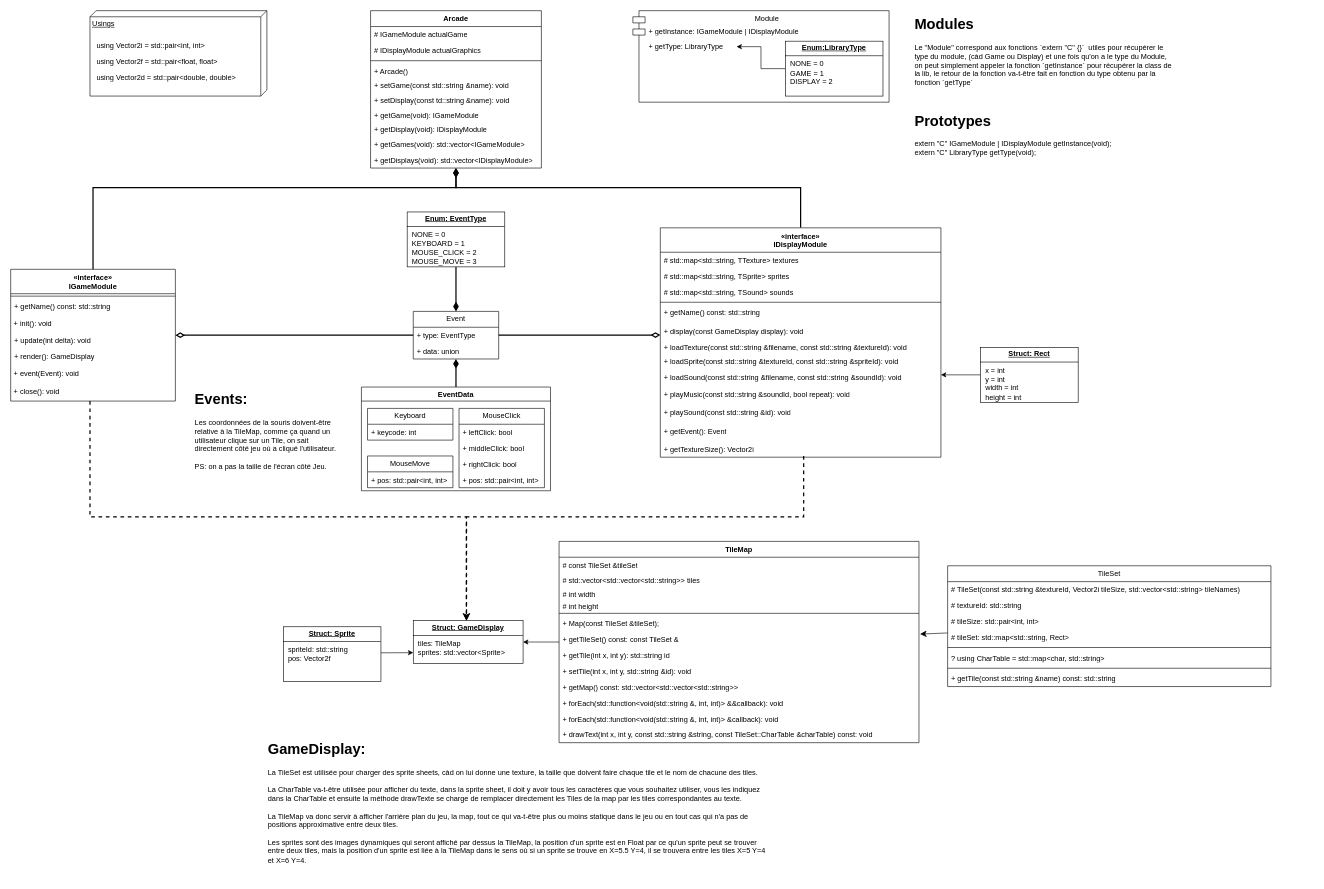
Earlier version of the draw.io diagram Untitled Diagram.drawio (emaurel/UML). Source tidied: cells renumbered, new cells numbered last; positions are measured from the earlier drawing's top-left corner, leaving out a move shared by most shapes. Both pictures are drawn from the tidied source at 61%, with x=0, y=0 at pixel (10, 10).
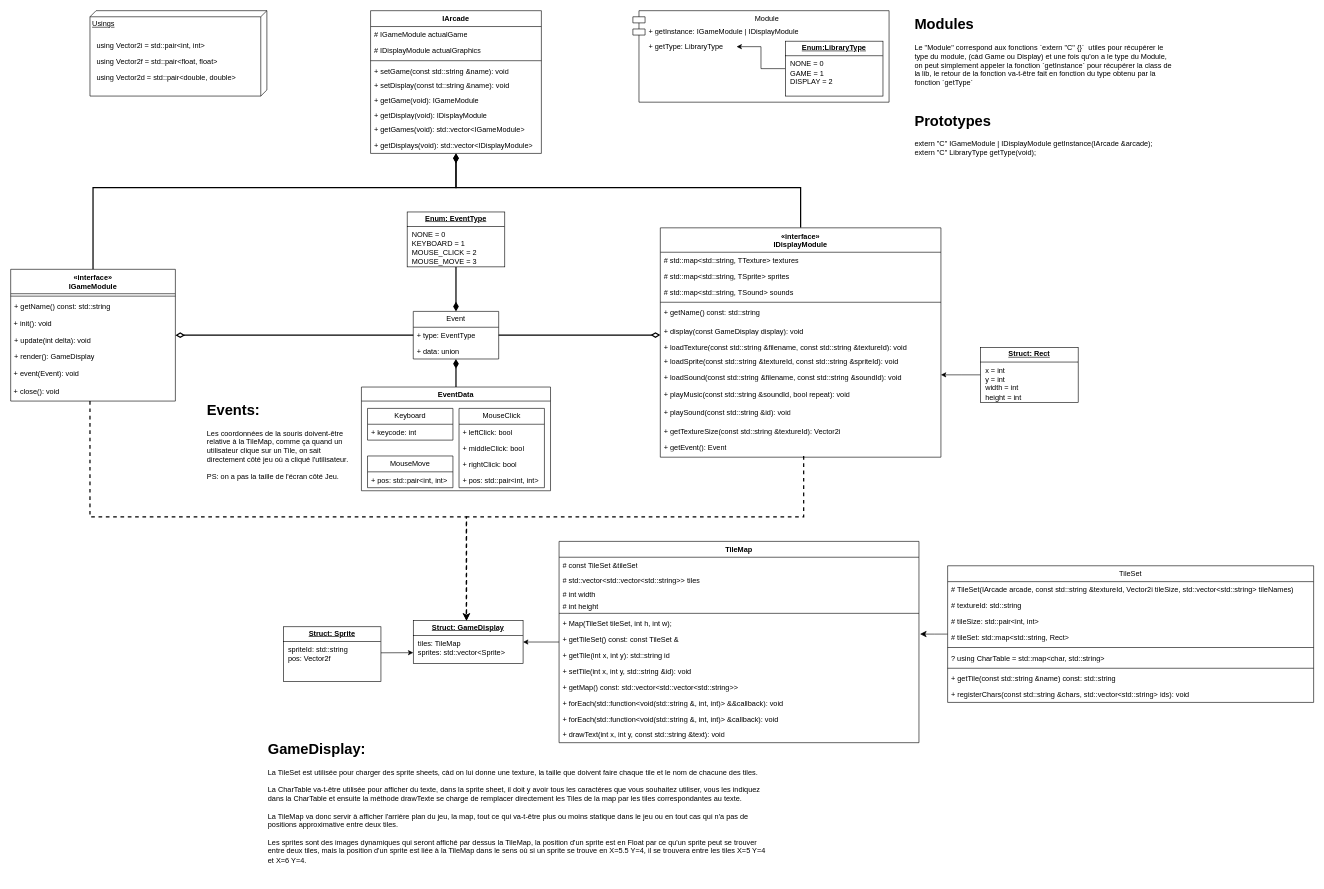
After the change.

Commit message:
Mettre à jour Untitled Diagram.drawio

The change refers to these unchanged cells:
```xml
<mxCell id="12" value="«interface»&lt;br style=&quot;border-color: var(--border-color); font-weight: 400;&quot;&gt;IDisplayModule" style="swimlane;fontStyle=1;align=center;verticalAlign=top;horizontal=1;startSize=40;whiteSpace=wrap;html=1;" parent="1" vertex="1">
  <mxGeometry x="1065" y="356" width="460" height="376" as="geometry" />
</mxCell>
<mxCell id="27" value="TileMap" style="swimlane;fontStyle=1;align=center;verticalAlign=top;horizontal=1;startSize=26;whiteSpace=wrap;html=1;" parent="1" vertex="1">
  <mxGeometry x="899" y="870" width="590" height="330" as="geometry" />
</mxCell>
```

Change to the diagram source:
```diff
@@
+    <mxCell id="25" value="+ getTextureSize(const std::string &amp;amp;textureId): Vector2i" style="text;strokeColor=none;fillColor=none;align=left;verticalAlign=top;spacingLeft=4;spacingRight=4;overflow=hidden;whiteSpace=wrap;html=1;" parent="12" vertex="1">
+      <mxGeometry y="320" width="460" height="26" as="geometry" />
+    </mxCell>
     <mxCell id="24" value="+ getEvent():&amp;nbsp;&lt;span style=&quot;border-color: var(--border-color); text-align: center;&quot;&gt;Event&lt;/span&gt;" style="text;strokeColor=none;fillColor=none;align=left;verticalAlign=top;spacingLeft=4;spacingRight=4;overflow=hidden;whiteSpace=wrap;html=1;" parent="12" vertex="1">
-      <mxGeometry y="320" width="460" height="30" as="geometry" />
+      <mxGeometry y="346" width="460" height="30" as="geometry" />
     </mxCell>
-    <mxCell id="25" value="+ getTextureSize(): Vector2i" style="text;strokeColor=none;fillColor=none;align=left;verticalAlign=top;spacingLeft=4;spacingRight=4;overflow=hidden;whiteSpace=wrap;html=1;" parent="12" vertex="1">
-      <mxGeometry y="350" width="460" height="26" as="geometry" />
-    </mxCell>
@@
-    <mxCell id="33" value="+ Map(const TileSet &amp;amp;tileSet);" style="text;strokeColor=none;fillColor=none;align=left;verticalAlign=top;spacingLeft=4;spacingRight=4;overflow=hidden;points=[[0,0.5],[1,0.5]];portConstraint=eastwest;whiteSpace=wrap;html=1;" parent="27" vertex="1">
+    <mxCell id="33" value="+ Map(TileSet tileSet, int h, int w);" style="text;strokeColor=none;fillColor=none;align=left;verticalAlign=top;spacingLeft=4;spacingRight=4;overflow=hidden;points=[[0,0.5],[1,0.5]];portConstraint=eastwest;whiteSpace=wrap;html=1;" parent="27" vertex="1">
       <mxGeometry y="122" width="590" height="26" as="geometry" />
     </mxCell>
@@
-    <mxCell id="40" value="+ drawText(int x, int y, const std::string &amp;amp;string, const TileSet::CharTable &amp;amp;charTable) const: void" style="text;strokeColor=none;fillColor=none;align=left;verticalAlign=top;spacingLeft=4;spacingRight=4;overflow=hidden;whiteSpace=wrap;html=1;" parent="27" vertex="1">
+    <mxCell id="40" value="+ drawText(int x, int y, const std::string &amp;amp;text): void" style="text;strokeColor=none;fillColor=none;align=left;verticalAlign=top;spacingLeft=4;spacingRight=4;overflow=hidden;whiteSpace=wrap;html=1;" parent="27" vertex="1">
       <mxGeometry y="304" width="590" height="26" as="geometry" />
     </mxCell>
-    <mxCell id="41" value="Arcade" style="swimlane;fontStyle=1;align=center;verticalAlign=top;horizontal=1;startSize=26;whiteSpace=wrap;html=1;" parent="1" vertex="1">
-      <mxGeometry x="590" width="280" height="258" as="geometry" />
+    <mxCell id="41" value="IArcade" style="swimlane;fontStyle=1;align=center;verticalAlign=top;horizontal=1;startSize=26;whiteSpace=wrap;html=1;" parent="1" vertex="1">
+      <mxGeometry x="590" width="280" height="234" as="geometry" />
     </mxCell>
@@
-    <mxCell id="45" value="+ Arcade()" style="text;strokeColor=none;fillColor=none;align=left;verticalAlign=top;spacingLeft=4;spacingRight=4;overflow=hidden;whiteSpace=wrap;html=1;" parent="41" vertex="1">
-      <mxGeometry y="86" width="280" height="24" as="geometry" />
-    </mxCell>
     <mxCell id="46" value="+ setGame(const std::string &amp;amp;name): void" style="text;strokeColor=none;fillColor=none;align=left;verticalAlign=top;spacingLeft=4;spacingRight=4;overflow=hidden;whiteSpace=wrap;html=1;" parent="41" vertex="1">
-      <mxGeometry y="110" width="280" height="24" as="geometry" />
+      <mxGeometry y="86" width="280" height="24" as="geometry" />
     </mxCell>
     <mxCell id="47" value="+ setDisplay(const td::string &amp;amp;name): void" style="text;strokeColor=none;fillColor=none;align=left;verticalAlign=top;spacingLeft=4;spacingRight=4;overflow=hidden;whiteSpace=wrap;html=1;" parent="41" vertex="1">
-      <mxGeometry y="134" width="280" height="24" as="geometry" />
+      <mxGeometry y="110" width="280" height="24" as="geometry" />
     </mxCell>
     <mxCell id="48" value="+ getGame(void): IGameModule" style="text;strokeColor=none;fillColor=none;align=left;verticalAlign=top;spacingLeft=4;spacingRight=4;overflow=hidden;whiteSpace=wrap;html=1;" parent="41" vertex="1">
-      <mxGeometry y="158" width="280" height="24" as="geometry" />
+      <mxGeometry y="134" width="280" height="24" as="geometry" />
     </mxCell>
     <mxCell id="49" value="+ getDisplay(void): IDisplayModule" style="text;strokeColor=none;fillColor=none;align=left;verticalAlign=top;spacingLeft=4;spacingRight=4;overflow=hidden;whiteSpace=wrap;html=1;" parent="41" vertex="1">
-      <mxGeometry y="182" width="280" height="24" as="geometry" />
+      <mxGeometry y="158" width="280" height="24" as="geometry" />
     </mxCell>
     <mxCell id="50" value="+ getGames(void): std::vector&amp;lt;IGameModule&amp;gt;" style="text;strokeColor=none;fillColor=none;align=left;verticalAlign=top;spacingLeft=4;spacingRight=4;overflow=hidden;whiteSpace=wrap;html=1;" parent="41" vertex="1">
-      <mxGeometry y="206" width="280" height="26" as="geometry" />
+      <mxGeometry y="182" width="280" height="26" as="geometry" />
     </mxCell>
     <mxCell id="51" value="+ getDisplays(void): std::vector&amp;lt;IDisplayModule&amp;gt;" style="text;strokeColor=none;fillColor=none;align=left;verticalAlign=top;spacingLeft=4;spacingRight=4;overflow=hidden;whiteSpace=wrap;html=1;" parent="41" vertex="1">
-      <mxGeometry y="232" width="280" height="26" as="geometry" />
+      <mxGeometry y="208" width="280" height="26" as="geometry" />
     </mxCell>
@@
     <mxCell id="71" value="TileSet" style="swimlane;fontStyle=0;horizontal=1;startSize=26;fillColor=none;whiteSpace=wrap;html=1;" parent="1" vertex="1">
-      <mxGeometry x="1536" y="910" width="530" height="198" as="geometry" />
+      <mxGeometry x="1536" y="910" width="600" height="224" as="geometry" />
     </mxCell>
-    <mxCell id="72" value="# TileSet(const std::string &amp;amp;textureId, Vector2i tileSize, std::vector&amp;lt;std::string&amp;gt; tileNames)" style="text;strokeColor=none;fillColor=none;align=left;verticalAlign=top;spacingLeft=4;spacingRight=4;overflow=hidden;whiteSpace=wrap;html=1;" parent="71" vertex="1">
-      <mxGeometry y="26" width="530" height="26" as="geometry" />
+    <mxCell id="72" value="# TileSet(IArcade arcade, const std::string &amp;amp;textureId, Vector2i tileSize, std::vector&amp;lt;std::string&amp;gt; tileNames)" style="text;strokeColor=none;fillColor=none;align=left;verticalAlign=top;spacingLeft=4;spacingRight=4;overflow=hidden;whiteSpace=wrap;html=1;" parent="71" vertex="1">
+      <mxGeometry y="26" width="600" height="26" as="geometry" />
     </mxCell>
     <mxCell id="73" value="# textureId: std::string&lt;div&gt;&lt;br&gt;&lt;/div&gt;" style="text;strokeColor=none;fillColor=none;align=left;verticalAlign=top;spacingLeft=4;spacingRight=4;overflow=hidden;whiteSpace=wrap;html=1;" parent="71" vertex="1">
-      <mxGeometry y="52" width="530" height="26" as="geometry" />
+      <mxGeometry y="52" width="600" height="26" as="geometry" />
     </mxCell>
     <mxCell id="74" value="# tileSize: std::pair&amp;lt;int, int&amp;gt;" style="text;strokeColor=none;fillColor=none;align=left;verticalAlign=top;spacingLeft=4;spacingRight=4;overflow=hidden;whiteSpace=wrap;html=1;" parent="71" vertex="1">
-      <mxGeometry y="78" width="530" height="26" as="geometry" />
+      <mxGeometry y="78" width="600" height="26" as="geometry" />
     </mxCell>
     <mxCell id="75" value="# tileSet:&amp;nbsp;std::map&amp;lt;std::string, Rect&lt;span style=&quot;background-color: initial;&quot;&gt;&amp;gt;&lt;/span&gt;" style="text;strokeColor=none;fillColor=none;align=left;verticalAlign=top;spacingLeft=4;spacingRight=4;overflow=hidden;whiteSpace=wrap;html=1;" parent="71" vertex="1">
-      <mxGeometry y="104" width="530" height="26" as="geometry" />
+      <mxGeometry y="104" width="600" height="26" as="geometry" />
     </mxCell>
     <mxCell id="76" style="line;strokeWidth=1;fillColor=none;align=left;verticalAlign=middle;spacingTop=-1;spacingLeft=3;spacingRight=3;labelPosition=right;strokeColor=inherit;" parent="71" vertex="1">
-      <mxGeometry y="130" width="530" height="8" as="geometry" />
+      <mxGeometry y="130" width="600" height="8" as="geometry" />
     </mxCell>
     <mxCell id="77" value="? using CharTable = std::map&amp;lt;char, std::string&amp;gt;" style="text;strokeColor=none;fillColor=none;align=left;verticalAlign=top;spacingLeft=4;spacingRight=4;overflow=hidden;whiteSpace=wrap;html=1;" parent="71" vertex="1">
-      <mxGeometry y="138" width="530" height="26" as="geometry" />
+      <mxGeometry y="138" width="600" height="26" as="geometry" />
     </mxCell>
     <mxCell id="78" style="line;strokeWidth=1;fillColor=none;align=left;verticalAlign=middle;spacingTop=-1;spacingLeft=3;spacingRight=3;labelPosition=right;strokeColor=inherit;" parent="71" vertex="1">
-      <mxGeometry y="164" width="530" height="8" as="geometry" />
+      <mxGeometry y="164" width="600" height="8" as="geometry" />
     </mxCell>
     <mxCell id="79" value="+ getTile(const std::string &amp;amp;name) const: std::string" style="text;strokeColor=none;fillColor=none;align=left;verticalAlign=top;spacingLeft=4;spacingRight=4;overflow=hidden;whiteSpace=wrap;html=1;" parent="71" vertex="1">
-      <mxGeometry y="172" width="530" height="26" as="geometry" />
+      <mxGeometry y="172" width="600" height="26" as="geometry" />
     </mxCell>
+    <mxCell id="100" value="+ registerChars(const std::string &amp;amp;chars, std::vector&amp;lt;std::string&amp;gt; ids): void" style="text;strokeColor=none;fillColor=none;align=left;verticalAlign=top;spacingLeft=4;spacingRight=4;overflow=hidden;whiteSpace=wrap;html=1;" parent="71" vertex="1">
+      <mxGeometry y="198" width="600" height="26" as="geometry" />
+    </mxCell>
@@
     <mxCell id="91" value="&lt;h1 style=&quot;margin-top: 0px;&quot;&gt;Events:&lt;/h1&gt;&lt;div&gt;Les coordonnées de la souris doivent-être relative à la TileMap, comme ça quand un utilisateur clique sur un Tile, on sait directement côté jeu où a cliqué l'utilisateur.&lt;/div&gt;&lt;div&gt;&lt;br&gt;&lt;/div&gt;&lt;div&gt;PS: on a pas la taille de l'écran côté Jeu.&lt;/div&gt;" style="text;html=1;whiteSpace=wrap;overflow=hidden;rounded=0;" parent="1" vertex="1">
-      <mxGeometry x="300" y="617" width="250" height="153" as="geometry" />
+      <mxGeometry x="320" y="634" width="250" height="153" as="geometry" />
     </mxCell>
@@
-    <mxCell id="99" value="&lt;h1 style=&quot;margin-top: 0px;&quot;&gt;Prototypes&lt;/h1&gt;&lt;div&gt;extern &quot;C&quot; IGameModule | IDisplayModule getInstance(void);&lt;/div&gt;&lt;div&gt;extern &quot;C&quot; LibraryType getType(void);&lt;/div&gt;" style="text;html=1;whiteSpace=wrap;overflow=hidden;rounded=0;" parent="1" vertex="1">
+    <mxCell id="99" value="&lt;h1 style=&quot;margin-top: 0px;&quot;&gt;Prototypes&lt;/h1&gt;&lt;div&gt;extern &quot;C&quot; IGameModule | IDisplayModule getInstance(IArcade &amp;amp;arcade);&lt;/div&gt;&lt;div&gt;extern &quot;C&quot; LibraryType getType(void);&lt;/div&gt;" style="text;html=1;whiteSpace=wrap;overflow=hidden;rounded=0;" parent="1" vertex="1">
       <mxGeometry x="1480" y="160" width="400" height="90" as="geometry" />
     </mxCell>
```
